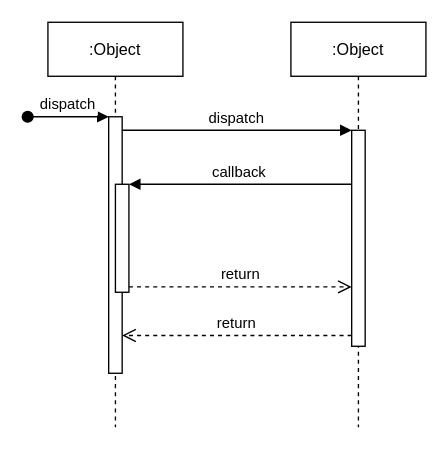
MainListActivity/demo keeps this draw.io diagram as Untitled Diagram.drawio. Above is the earlier version. Source tidied: cells renumbered, new cells numbered last; positions are measured from the earlier drawing's top-left corner, leaving out a move shared by most shapes. Both pictures are drawn from the tidied source at 135%, with x=0, y=0 at pixel (27, 22).
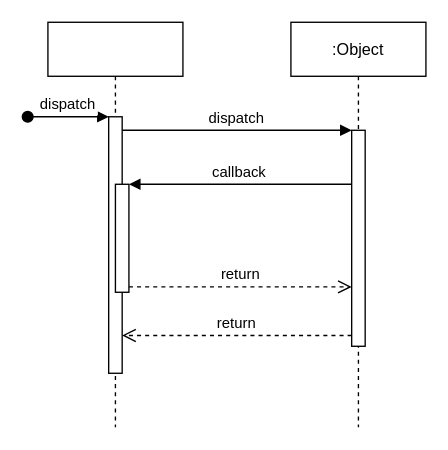
The same page after the edit.

Change to the diagram source:
```diff
@@
 <mxGraphModel>
   <root>
     <mxCell id="0" />
     <mxCell id="1" parent="0" />
-    <mxCell id="2" value=":Object" style="shape=umlLifeline;perimeter=lifelinePerimeter;rounded=0;shadow=0;strokeWidth=1;" parent="1" vertex="1">
+    <mxCell id="2" style="shape=umlLifeline;perimeter=lifelinePerimeter;rounded=0;shadow=0;strokeWidth=1;" parent="1" vertex="1">
       <mxGeometry x="15" width="100" height="300" as="geometry" />
     </mxCell>
     <mxCell id="3" style="points=[];perimeter=orthogonalPerimeter;rounded=0;shadow=0;strokeWidth=1;" parent="2" vertex="1">
       <mxGeometry x="45" y="70" width="10" height="190" as="geometry" />
     </mxCell>
     <mxCell id="4" value="dispatch" style="verticalAlign=bottom;startArrow=oval;endArrow=block;startSize=8;shadow=0;strokeWidth=1;" parent="2" edge="1" target="3">
       <mxGeometry relative="1" as="geometry">
         <mxPoint x="-15" y="70" as="sourcePoint" />
       </mxGeometry>
     </mxCell>
     <mxCell id="5" style="points=[];perimeter=orthogonalPerimeter;rounded=0;shadow=0;strokeWidth=1;" parent="2" vertex="1">
       <mxGeometry x="50" y="120" width="10" height="80" as="geometry" />
     </mxCell>
     <mxCell id="6" value=":Object" style="shape=umlLifeline;perimeter=lifelinePerimeter;rounded=0;shadow=0;strokeWidth=1;" parent="1" vertex="1">
       <mxGeometry x="195" width="100" height="300" as="geometry" />
     </mxCell>
     <mxCell id="7" style="points=[];perimeter=orthogonalPerimeter;rounded=0;shadow=0;strokeWidth=1;" parent="6" vertex="1">
       <mxGeometry x="45" y="80" width="10" height="160" as="geometry" />
     </mxCell>
     <mxCell id="8" value="return" style="verticalAlign=bottom;endArrow=open;dashed=1;endSize=8;exitX=0;exitY=0.95;shadow=0;strokeWidth=1;" parent="1" edge="1" source="7" target="3">
       <mxGeometry relative="1" as="geometry" />
     </mxCell>
     <mxCell id="9" value="dispatch" style="verticalAlign=bottom;endArrow=block;entryX=0;entryY=0;shadow=0;strokeWidth=1;" parent="1" edge="1" source="3" target="7">
       <mxGeometry relative="1" as="geometry" />
     </mxCell>
     <mxCell id="10" value="callback" style="verticalAlign=bottom;endArrow=block;entryX=1;entryY=0;shadow=0;strokeWidth=1;" parent="1" edge="1" source="7" target="5">
       <mxGeometry relative="1" as="geometry" />
     </mxCell>
     <mxCell id="11" value="return" style="verticalAlign=bottom;endArrow=open;dashed=1;endSize=8;exitX=1;exitY=0.95;shadow=0;strokeWidth=1;" parent="1" edge="1" source="5" target="7">
       <mxGeometry relative="1" as="geometry" />
     </mxCell>
   </root>
 </mxGraphModel>
```
